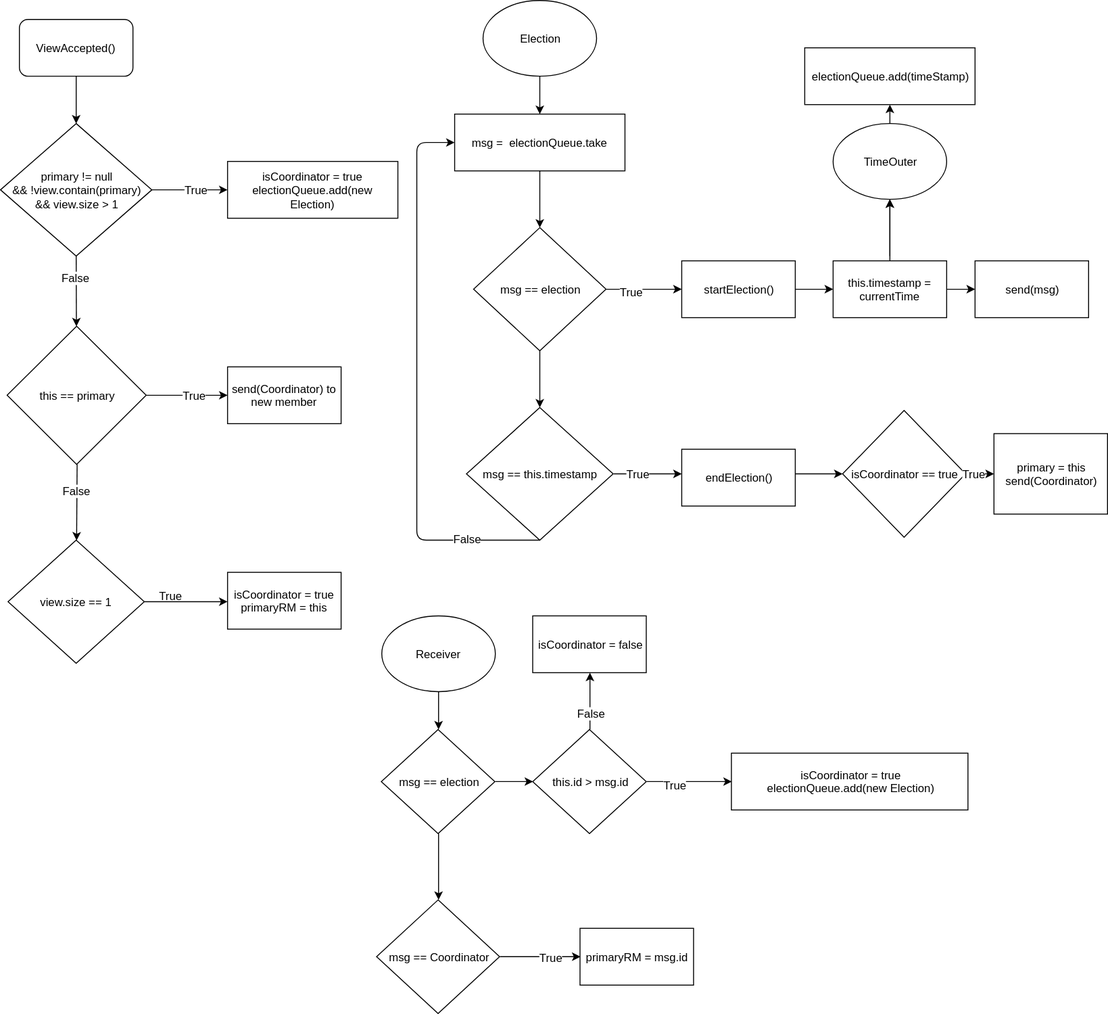
Before: election.svg, a diagram exported from draw.io (JohanHaggmark/DistributedMessaging). Source tidied: cells renumbered, new cells last; positions are measured from the earlier drawing's top-left corner, leaving out a move shared by most shapes.
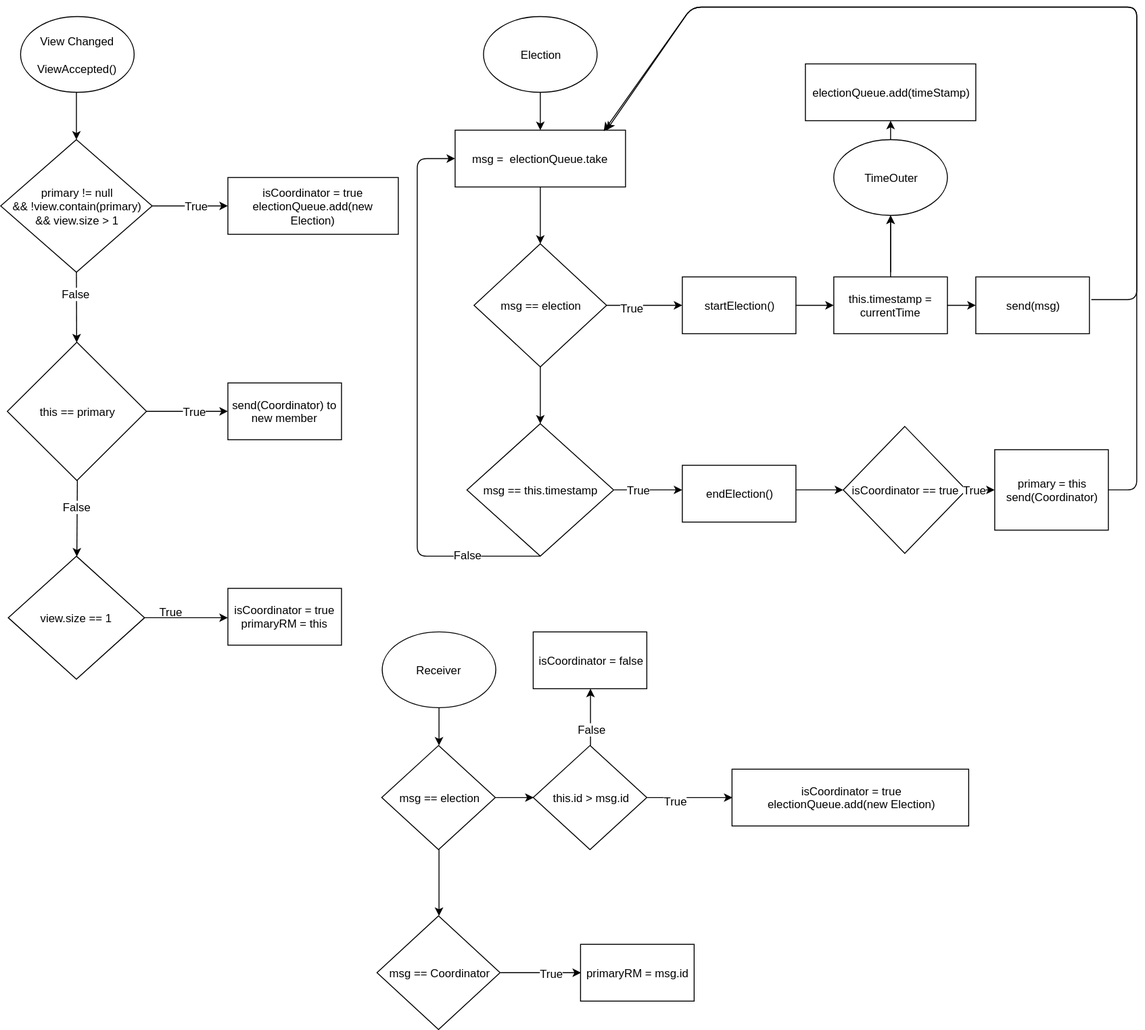
After the change.

Diff of the diagram source:
```diff
@@ -2,9 +2,6 @@
   <root>
     <mxCell id="0" />
     <mxCell id="1" parent="0" />
-    <mxCell id="2" value="ViewAccepted()" style="rounded=1;whiteSpace=wrap;html=1;" parent="1" vertex="1">
-      <mxGeometry x="20" y="20" width="120" height="60" as="geometry" />
-    </mxCell>
     <mxCell id="3" value="primary != null&lt;br&gt;&amp;amp;&amp;amp; !view.contain(primary)&lt;br&gt;&amp;amp;&amp;amp; view.size &amp;gt; 1&lt;br&gt;" style="rhombus;whiteSpace=wrap;html=1;" parent="1" vertex="1">
       <mxGeometry y="130" width="160" height="140" as="geometry" />
     </mxCell>
@@ -59,8 +56,10 @@
     <mxCell id="18" value="Election" style="ellipse;whiteSpace=wrap;html=1;" parent="1" vertex="1">
       <mxGeometry x="510" width="120" height="80" as="geometry" />
     </mxCell>
-    <mxCell id="19" style="endArrow=classic;html=1;entryX=0.5;entryY=0;entryDx=0;entryDy=0;exitX=0.5;exitY=1;exitDx=0;exitDy=0;" parent="1" edge="1" source="2" target="3">
-      <mxGeometry relative="1" as="geometry" />
+    <mxCell id="19" style="endArrow=classic;html=1;entryX=0.5;entryY=0;entryDx=0;entryDy=0;exitX=0.5;exitY=1;exitDx=0;exitDy=0;" parent="1" edge="1" target="3">
+      <mxGeometry relative="1" as="geometry">
+        <mxPoint x="80" y="80" as="sourcePoint" />
+      </mxGeometry>
     </mxCell>
     <mxCell id="20" value="msg == election" style="rhombus;whiteSpace=wrap;html=1;" parent="1" vertex="1">
       <mxGeometry x="500" y="240" width="140" height="130" as="geometry" />
@@ -212,5 +211,26 @@
     <mxCell id="64" value="True" style="text;html=1;align=center;verticalAlign=middle;labelBackgroundColor=#ffffff;" parent="63" vertex="1">
       <mxGeometry x="0.25" relative="1" as="geometry" />
     </mxCell>
+    <mxCell id="65" style="endArrow=classic;html=1;entryX=0.872;entryY=0.017;entryDx=0;entryDy=0;entryPerimeter=0;exitX=1.017;exitY=0.4;exitDx=0;exitDy=0;exitPerimeter=0;" parent="1" edge="1" source="40" target="21">
+      <mxGeometry relative="1" as="geometry">
+        <Array as="points">
+          <mxPoint x="1200" y="299" />
+          <mxPoint x="1200" y="-10" />
+          <mxPoint x="730" y="-10" />
+        </Array>
+      </mxGeometry>
+    </mxCell>
+    <mxCell id="66" style="endArrow=classic;html=1;entryX=0.889;entryY=0;entryDx=0;entryDy=0;entryPerimeter=0;exitX=1;exitY=0.5;exitDx=0;exitDy=0;" parent="1" edge="1" source="44" target="21">
+      <mxGeometry relative="1" as="geometry">
+        <Array as="points">
+          <mxPoint x="1200" y="500" />
+          <mxPoint x="1200" y="-10" />
+          <mxPoint x="730" y="-10" />
+        </Array>
+      </mxGeometry>
+    </mxCell>
+    <mxCell id="67" value="&lt;span&gt;View Changed&lt;br&gt;&lt;/span&gt;&lt;br&gt;ViewAccepted()&lt;span&gt;&lt;br&gt;&lt;/span&gt;" style="ellipse;whiteSpace=wrap;html=1;" parent="1" vertex="1">
+      <mxGeometry x="20.5" width="120" height="80" as="geometry" />
+    </mxCell>
   </root>
 </mxGraphModel>
```
